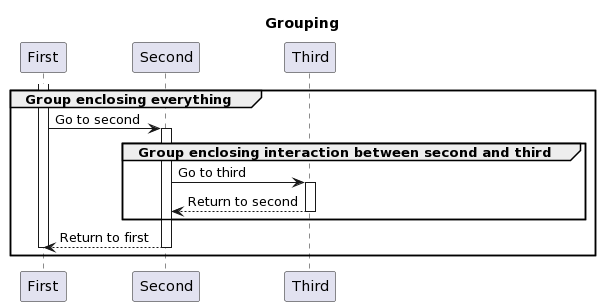
mikalaiyurkin/umlcharter keeps this PlantUML diagram as docs/sequence_diagram/images/grouping_plantuml.png. Above is the earlier version. Source of this version:
```plantuml
@startuml
title: Grouping
participant "First" as p1
participant "Second" as p2
participant "Third" as p3
group Group enclosing everything
activate p1
p1->p2: Go to second
activate p2
group Group enclosing interaction between second and third
p2->p3: Go to third
activate p3
p3-->p2: Return to second
deactivate p3
end
p2-->p1: Return to first
deactivate p2
deactivate p1
end
@enduml
```
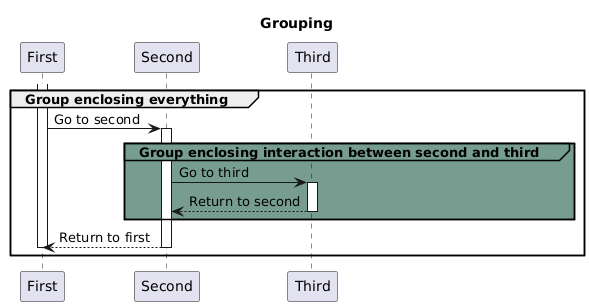
After the change.

What changed in the source:
```diff
@@ -3,11 +3,11 @@
 participant "First" as p1
 participant "Second" as p2
 participant "Third" as p3
-group Group enclosing everything
+group  Group enclosing everything
 activate p1
 p1->p2: Go to second
 activate p2
-group Group enclosing interaction between second and third
+group#769D8F #769D8F Group enclosing interaction between second and third
 p2->p3: Go to third
 activate p3
 p3-->p2: Return to second
```
